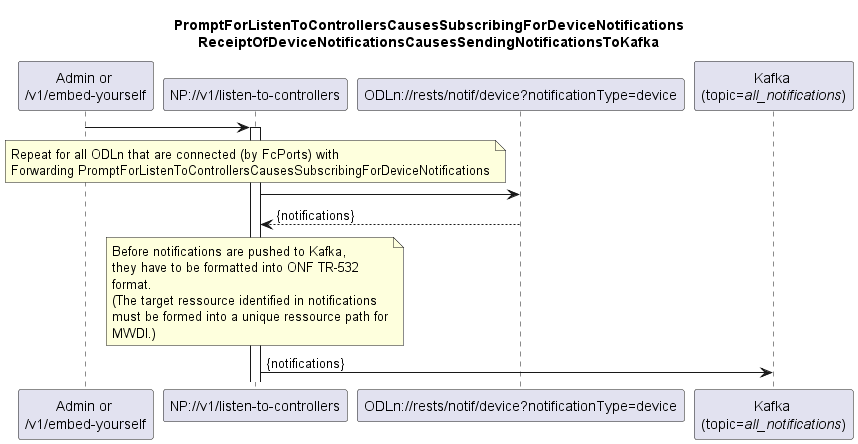
openBackhaul/NotificationProxy keeps this PlantUML diagram as spec/diagrams/is005_SubscribingForDeviceNotifications.png. Above is the earlier version.
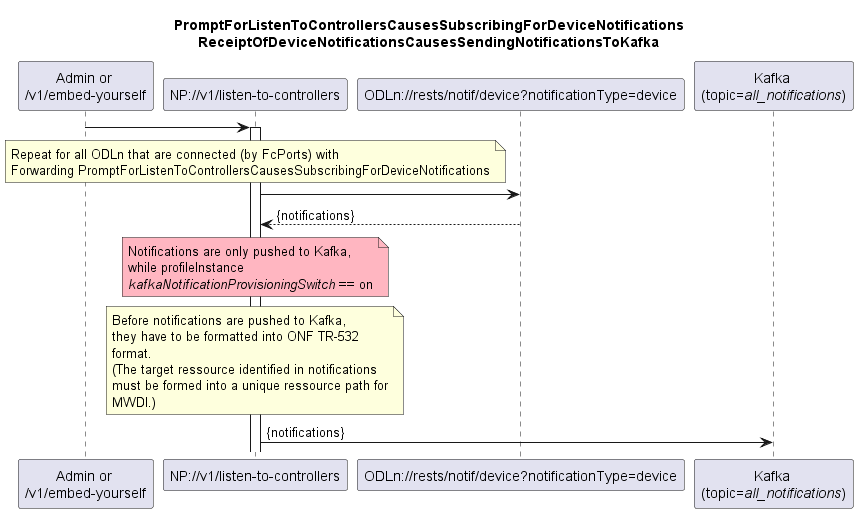
Later version of the same file.

The edit, as a diff of the source:
```diff
@@ -22,6 +22,12 @@
 NP_listen -> ODLn
 ODLn --> NP_listen: {notifications}
 
+note over NP_listen #LightPink
+  Notifications are only pushed to Kafka,
+  while profileInstance
+  <i>kafkaNotificationProvisioningSwitch</i> == on
+end note
+
 note over NP_listen
   Before notifications are pushed to Kafka,
   they have to be formatted into ONF TR-532
```
